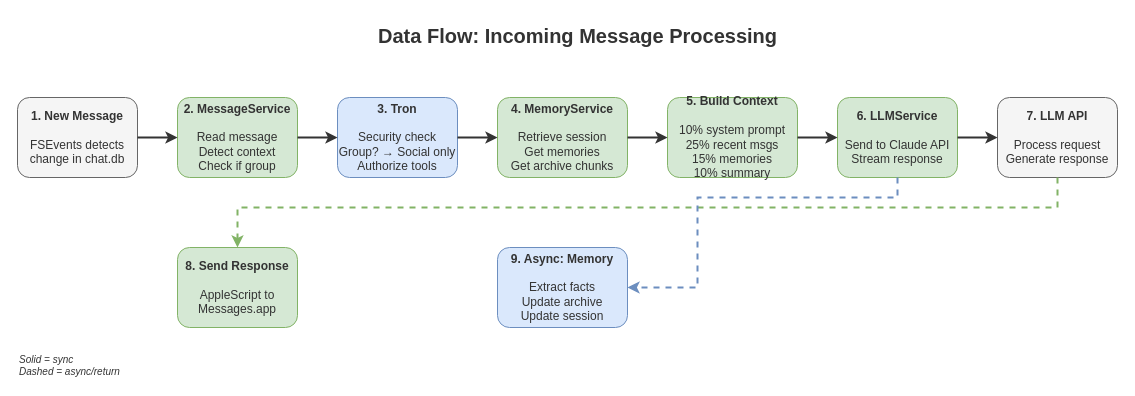
tokenfires/emberhearth keeps this draw.io diagram as page "Data Flow - Message Processing" (2 of 12) of docs/diagrams/emberhearth-architecture.drawio. Above is the earlier version. Source tidied: cells renumbered, new cells numbered last; positions are measured from the earlier drawing's top-left corner, leaving out a move shared by most shapes. Both pictures are drawn from the tidied source at 100%, with x=0, y=0 at pixel (17, 17).
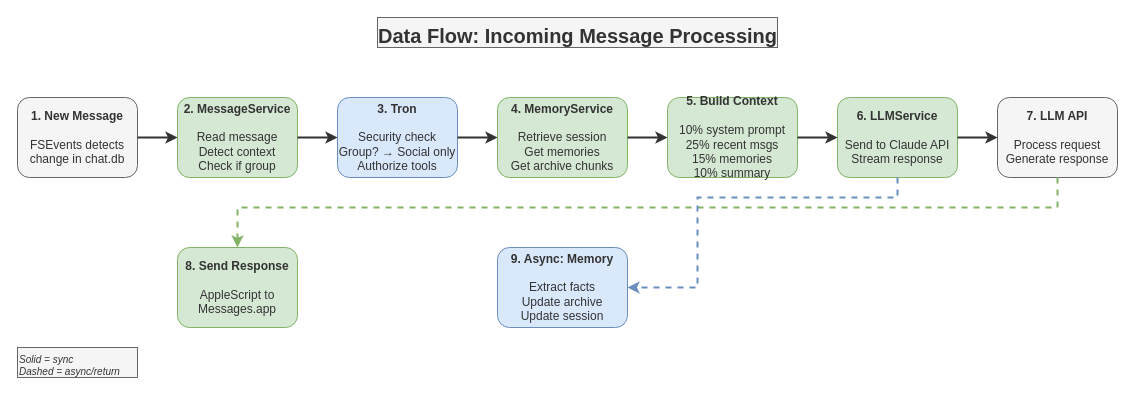
After the change.

What changed in the source:
```diff
@@
-    <mxCell id="2" value="&lt;font style=&quot;font-size: 20px;&quot;&gt;&lt;b&gt;Data Flow: Incoming Message Processing&lt;/b&gt;&lt;/font&gt;" style="text;html=1;strokeColor=none;fillColor=none;align=center;fontColor=#333333;" parent="1" vertex="1">
+    <mxCell id="2" value="&lt;font style=&quot;font-size: 20px;&quot;&gt;&lt;b&gt;Data Flow: Incoming Message Processing&lt;/b&gt;&lt;/font&gt;" style="text;html=1;strokeColor=#666666;fillColor=#f5f5f5;align=center;fontColor=#333333;" parent="1" vertex="1">
       <mxGeometry x="360" width="400" height="30" as="geometry" />
     </mxCell>
@@
-    <mxCell id="20" value="Solid = sync&lt;br&gt;Dashed = async/return" style="text;html=1;strokeColor=none;fillColor=none;fontSize=10;fontStyle=2;fontColor=#333333;" parent="1" vertex="1">
+    <mxCell id="20" value="Solid = sync&lt;br&gt;Dashed = async/return" style="text;html=1;strokeColor=#666666;fillColor=#f5f5f5;fontSize=10;fontStyle=2;fontColor=#333333;" parent="1" vertex="1">
       <mxGeometry y="330" width="120" height="30" as="geometry" />
     </mxCell>
```
